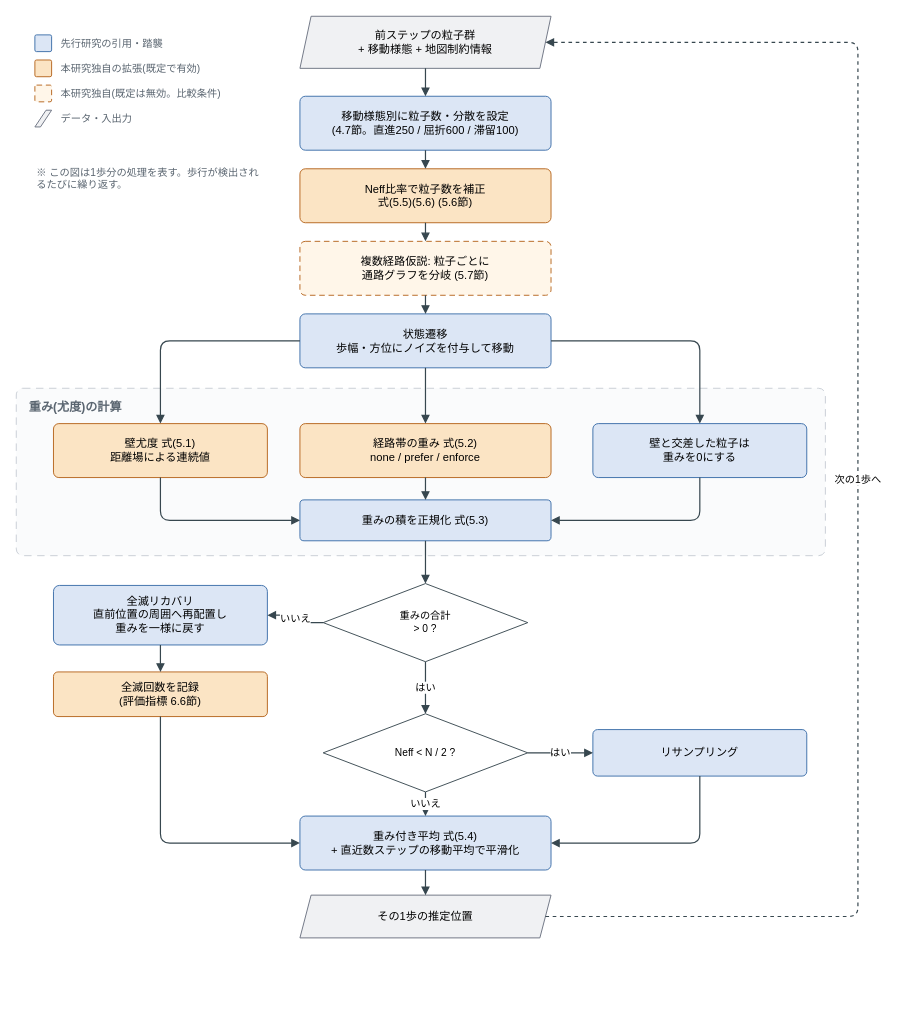
Earlier version of the draw.io diagram figures/pdr_flow_pf_detail.drawio (i22satou/i22satou). Source tidied: cells renumbered, new cells numbered last; positions are measured from the earlier drawing's top-left corner, leaving out a move shared by most shapes. Both pictures are drawn from the tidied source at 93%, with x=0, y=0 at pixel (16, 16).
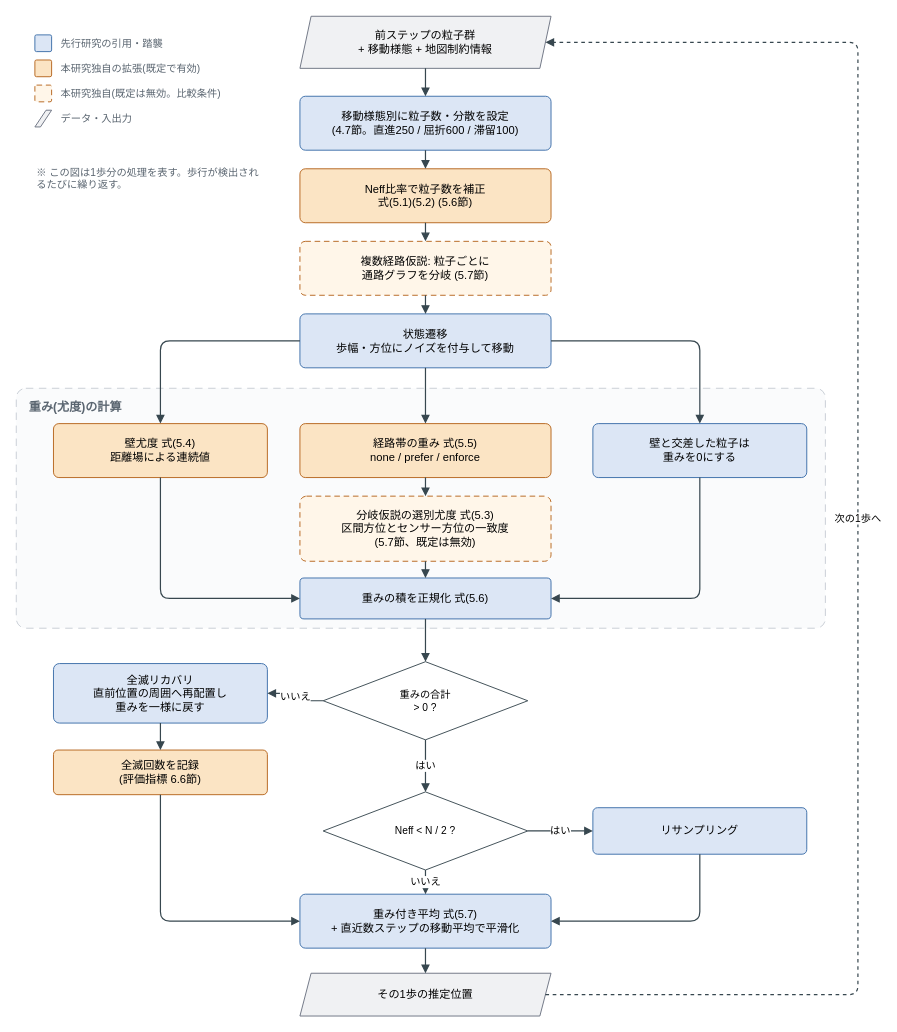
Above is the later version.

The change refers to these unchanged cells:
```xml
<mxCell id="3" value="前ステップの粒子群&lt;br&gt;+ 移動様態 + 地図制約情報" style="shape=parallelogram;whiteSpace=wrap;html=1;fillColor=#F0F1F3;strokeColor=#6B7280;fontSize=12;perimeter=parallelogramPerimeter;arcSize=12;size=12;fixedSize=1;" parent="1" vertex="1">
  <mxGeometry x="305" width="270" height="56" as="geometry" />
</mxCell>
```

Diff of the diagram source:
```diff
@@
     <mxCell id="2" value="重み(尤度)の計算" style="rounded=1;whiteSpace=wrap;html=1;fillColor=#FAFBFC;strokeColor=#C7CDD4;dashed=1;dashPattern=8 6;verticalAlign=top;align=left;spacingLeft=12;spacingTop=6;fontSize=13;fontColor=#5A6570;fontStyle=1;arcSize=4;" parent="1" vertex="1">
-      <mxGeometry y="400" width="870" height="180" as="geometry" />
+      <mxGeometry y="400" width="870" height="258" as="geometry" />
     </mxCell>
@@
-    <mxCell id="5" value="Neff比率で粒子数を補正&lt;br&gt;式(5.5)(5.6)  (5.6節)" style="rounded=1;whiteSpace=wrap;html=1;fillColor=#FBE4C4;strokeColor=#B5651D;fontSize=12;arcSize=10;" parent="1" vertex="1">
+    <mxCell id="5" value="Neff比率で粒子数を補正&lt;br&gt;式(5.1)(5.2)  (5.6節)" style="rounded=1;whiteSpace=wrap;html=1;fillColor=#FBE4C4;strokeColor=#B5651D;fontSize=12;arcSize=10;" parent="1" vertex="1">
       <mxGeometry x="305" y="164" width="270" height="58" as="geometry" />
     </mxCell>
@@
-    <mxCell id="12" value="壁尤度 式(5.1)&lt;br&gt;距離場による連続値" style="rounded=1;whiteSpace=wrap;html=1;fillColor=#FBE4C4;strokeColor=#B5651D;fontSize=12;arcSize=10;" parent="1" vertex="1">
+    <mxCell id="12" value="壁尤度 式(5.4)&lt;br&gt;距離場による連続値" style="rounded=1;whiteSpace=wrap;html=1;fillColor=#FBE4C4;strokeColor=#B5651D;fontSize=12;arcSize=10;" parent="1" vertex="1">
       <mxGeometry x="40" y="438" width="230" height="58" as="geometry" />
     </mxCell>
-    <mxCell id="13" value="経路帯の重み 式(5.2)&lt;br&gt;none / prefer / enforce" style="rounded=1;whiteSpace=wrap;html=1;fillColor=#FBE4C4;strokeColor=#B5651D;fontSize=12;arcSize=10;" parent="1" vertex="1">
+    <mxCell id="13" value="経路帯の重み 式(5.5)&lt;br&gt;none / prefer / enforce" style="rounded=1;whiteSpace=wrap;html=1;fillColor=#FBE4C4;strokeColor=#B5651D;fontSize=12;arcSize=10;" parent="1" vertex="1">
       <mxGeometry x="305" y="438" width="270" height="58" as="geometry" />
     </mxCell>
@@
+    <mxCell id="48" value="分岐仮説の選別尤度 式(5.3)&lt;br&gt;区間方位とセンサー方位の一致度&lt;br&gt;(5.7節、既定は無効)" style="rounded=1;whiteSpace=wrap;html=1;fillColor=#FFF6E9;strokeColor=#B5651D;fontSize=12;arcSize=10;dashed=1;dashPattern=6 4;" parent="1" vertex="1">
+      <mxGeometry x="305" y="516" width="270" height="70" as="geometry" />
+    </mxCell>
-    <mxCell id="15" value="重みの積を正規化 式(5.3)" style="rounded=1;whiteSpace=wrap;html=1;fillColor=#DCE6F5;strokeColor=#3B6DA8;fontSize=12;arcSize=10;" parent="1" vertex="1">
-      <mxGeometry x="305" y="520" width="270" height="44" as="geometry" />
+    <mxCell id="15" value="重みの積を正規化 式(5.6)" style="rounded=1;whiteSpace=wrap;html=1;fillColor=#DCE6F5;strokeColor=#3B6DA8;fontSize=12;arcSize=10;" parent="1" vertex="1">
+      <mxGeometry x="305" y="604" width="270" height="44" as="geometry" />
     </mxCell>
@@
-    <mxCell id="20" style="edgeStyle=orthogonalEdgeStyle;rounded=1;html=1;endArrow=block;endFill=1;strokeColor=#37474F;strokeWidth=1.3;jettySize=auto;" parent="1" edge="1" source="13" target="15">
+    <mxCell id="20" style="edgeStyle=orthogonalEdgeStyle;rounded=1;html=1;endArrow=block;endFill=1;strokeColor=#37474F;strokeWidth=1.3;jettySize=auto;" parent="1" edge="1" source="13" target="48">
       <mxGeometry relative="1" as="geometry" />
     </mxCell>
+    <mxCell id="49" style="edgeStyle=orthogonalEdgeStyle;rounded=1;html=1;endArrow=block;endFill=1;strokeColor=#37474F;strokeWidth=1.3;jettySize=auto;" parent="1" edge="1" source="48" target="15">
+      <mxGeometry relative="1" as="geometry" />
+    </mxCell>
@@
     <mxCell id="22" value="重みの合計&lt;br&gt;&amp;gt; 0 ?" style="rhombus;whiteSpace=wrap;html=1;fillColor=#FFFFFF;strokeColor=#37474F;fontSize=11;" parent="1" vertex="1">
-      <mxGeometry x="330" y="610" width="220" height="84" as="geometry" />
+      <mxGeometry x="330" y="694" width="220" height="84" as="geometry" />
     </mxCell>
     <mxCell id="23" value="全滅リカバリ&lt;br&gt;直前位置の周囲へ再配置し&lt;br&gt;重みを一様に戻す" style="rounded=1;whiteSpace=wrap;html=1;fillColor=#DCE6F5;strokeColor=#3B6DA8;fontSize=12;arcSize=10;" parent="1" vertex="1">
-      <mxGeometry x="40" y="612" width="230" height="64" as="geometry" />
+      <mxGeometry x="40" y="696" width="230" height="64" as="geometry" />
     </mxCell>
     <mxCell id="24" value="全滅回数を記録&lt;br&gt;(評価指標 6.6節)" style="rounded=1;whiteSpace=wrap;html=1;fillColor=#FBE4C4;strokeColor=#B5651D;fontSize=12;arcSize=10;" parent="1" vertex="1">
-      <mxGeometry x="40" y="705" width="230" height="48" as="geometry" />
+      <mxGeometry x="40" y="789" width="230" height="48" as="geometry" />
     </mxCell>
     <mxCell id="25" value="Neff &amp;lt; N / 2 ?" style="rhombus;whiteSpace=wrap;html=1;fillColor=#FFFFFF;strokeColor=#37474F;fontSize=11;" parent="1" vertex="1">
-      <mxGeometry x="330" y="750" width="220" height="84" as="geometry" />
+      <mxGeometry x="330" y="834" width="220" height="84" as="geometry" />
     </mxCell>
     <mxCell id="26" value="リサンプリング" style="rounded=1;whiteSpace=wrap;html=1;fillColor=#DCE6F5;strokeColor=#3B6DA8;fontSize=12;arcSize=10;" parent="1" vertex="1">
-      <mxGeometry x="620" y="767" width="230" height="50" as="geometry" />
+      <mxGeometry x="620" y="851" width="230" height="50" as="geometry" />
     </mxCell>
@@
-    <mxCell id="32" value="重み付き平均 式(5.4)&lt;br&gt;+ 直近数ステップの移動平均で平滑化" style="rounded=1;whiteSpace=wrap;html=1;fillColor=#DCE6F5;strokeColor=#3B6DA8;fontSize=12;arcSize=10;" parent="1" vertex="1">
-      <mxGeometry x="305" y="860" width="270" height="58" as="geometry" />
+    <mxCell id="32" value="重み付き平均 式(5.7)&lt;br&gt;+ 直近数ステップの移動平均で平滑化" style="rounded=1;whiteSpace=wrap;html=1;fillColor=#DCE6F5;strokeColor=#3B6DA8;fontSize=12;arcSize=10;" parent="1" vertex="1">
+      <mxGeometry x="305" y="944" width="270" height="58" as="geometry" />
     </mxCell>
     <mxCell id="33" value="その1歩の推定位置" style="shape=parallelogram;whiteSpace=wrap;html=1;fillColor=#F0F1F3;strokeColor=#6B7280;fontSize=12;perimeter=parallelogramPerimeter;arcSize=12;size=12;fixedSize=1;" parent="1" vertex="1">
-      <mxGeometry x="305" y="945" width="270" height="46" as="geometry" />
+      <mxGeometry x="305" y="1029" width="270" height="46" as="geometry" />
     </mxCell>
@@
     <mxCell id="36" style="edgeStyle=orthogonalEdgeStyle;rounded=1;html=1;endArrow=block;endFill=1;strokeColor=#37474F;strokeWidth=1.3;jettySize=auto;exitX=0.5;exitY=1;entryX=1;entryY=0.5;" parent="1" edge="1" source="26" target="32">
       <mxGeometry relative="1" as="geometry">
         <Array as="points">
-          <mxPoint x="735" y="889" />
+          <mxPoint x="735" y="973" />
         </Array>
       </mxGeometry>
     </mxCell>
@@
     <mxCell id="38" value="次の1歩へ" style="edgeStyle=orthogonalEdgeStyle;rounded=1;html=1;endArrow=block;endFill=1;strokeColor=#37474F;strokeWidth=1.3;jettySize=auto;exitX=1;exitY=0.5;entryX=1;entryY=0.5;dashed=1;labelBackgroundColor=#FFFFFF;" parent="1" edge="1" source="33" target="3">
       <mxGeometry relative="1" as="geometry">
         <Array as="points">
-          <mxPoint x="905" y="968" />
+          <mxPoint x="905" y="1052" />
           <mxPoint x="905" y="28" />
         </Array>
       </mxGeometry>
     </mxCell>
```
